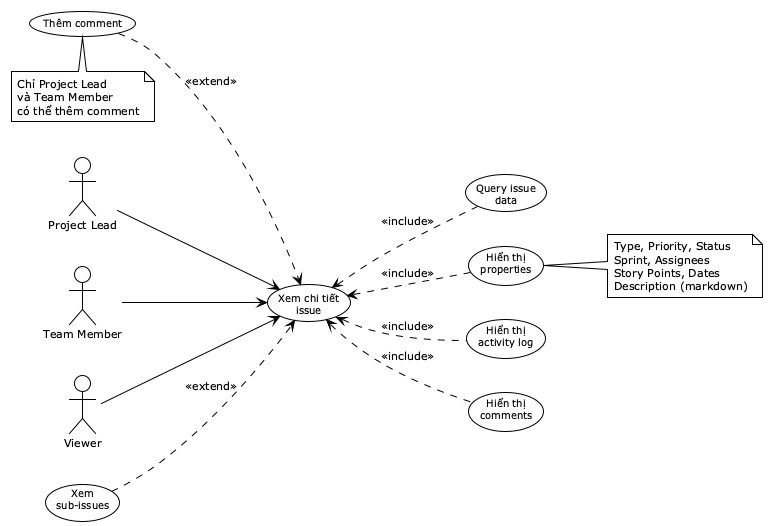
Above: reports/dat-examples/report/images/uc03_3_view_issue.png in toantran292/datn (PlantUML), before the change.
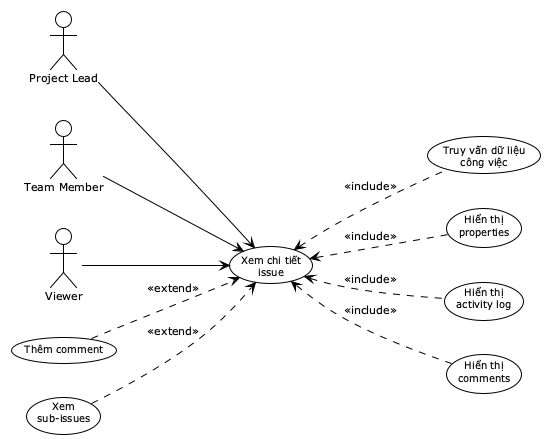
Above is the later version.

What changed in the source:
```diff
@@ -10,7 +10,7 @@
 actor "Viewer" as V
 
 usecase "Xem chi tiết\nissue" as UC_View
-usecase "Query issue\ndata" as UC_Query
+usecase "Truy vấn dữ liệu\ncông việc" as UC_Query
 usecase "Hiển thị\nproperties" as UC_ShowProps
 usecase "Hiển thị\nactivity log" as UC_ShowActivity
 usecase "Hiển thị\ncomments" as UC_ShowComments
@@ -29,17 +29,6 @@
 UC_AddComment ..> UC_View : <<extend>>
 UC_ViewSubIssues ..> UC_View : <<extend>>
 
-note right of UC_ShowProps
-  Type, Priority, Status
-  Sprint, Assignees
-  Story Points, Dates
-  Description (markdown)
-end note
 
-note bottom of UC_AddComment
-  Chỉ Project Lead
-  và Team Member
-  có thể thêm comment
-end note
 
 @enduml
```
